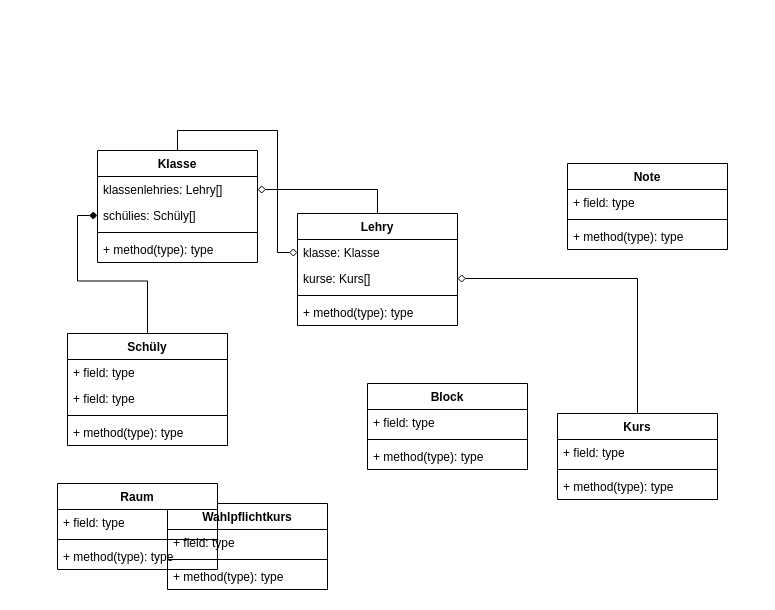
Earlier version of the draw.io diagram InfoLK.drawio (CookieCenter/draw). Source tidied: cells renumbered, new cells numbered last; positions are measured from the earlier drawing's top-left corner, leaving out a move shared by most shapes. Both pictures are drawn from the tidied source at 100%, with x=0, y=0 at pixel (57, 150).
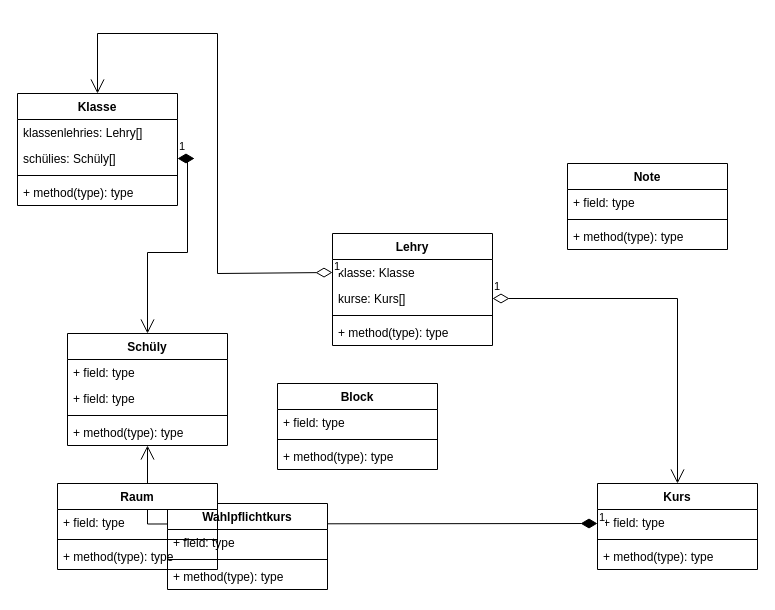
The same page after the edit.

The change refers to these unchanged cells:
```xml
<mxCell id="2" value="Schüly" style="swimlane;fontStyle=1;align=center;verticalAlign=top;horizontal=1;startSize=26;whiteSpace=wrap;html=1;" parent="1" vertex="1">
  <mxGeometry x="10" y="183" width="160" height="112" as="geometry" />
</mxCell>
<mxCell id="8" value="klasse: Klasse" style="text;strokeColor=none;fillColor=none;align=left;verticalAlign=top;spacingLeft=4;spacingRight=4;overflow=hidden;points=[[0,0.5],[1,0.5]];portConstraint=eastwest;whiteSpace=wrap;html=1;" parent="7" vertex="1">
  <mxGeometry y="26" width="160" height="26" as="geometry" />
</mxCell>
<mxCell id="9" value="kurse: Kurs[]" style="text;strokeColor=none;fillColor=none;align=left;verticalAlign=top;spacingLeft=4;spacingRight=4;overflow=hidden;points=[[0,0.5],[1,0.5]];portConstraint=eastwest;whiteSpace=wrap;html=1;" parent="7" vertex="1">
  <mxGeometry y="52" width="160" height="26" as="geometry" />
</mxCell>
<mxCell id="17" value="&lt;div&gt;klassenlehries: Lehry[]&lt;/div&gt;&lt;div&gt;&lt;br&gt;&lt;/div&gt;" style="text;strokeColor=none;fillColor=none;align=left;verticalAlign=top;spacingLeft=4;spacingRight=4;overflow=hidden;points=[[0,0.5],[1,0.5]];portConstraint=eastwest;whiteSpace=wrap;html=1;" parent="16" vertex="1">
  <mxGeometry y="26" width="160" height="26" as="geometry" />
</mxCell>
<mxCell id="18" value="schülies: Schüly[]" style="text;strokeColor=none;fillColor=none;align=left;verticalAlign=top;spacingLeft=4;spacingRight=4;overflow=hidden;points=[[0,0.5],[1,0.5]];portConstraint=eastwest;whiteSpace=wrap;html=1;" parent="16" vertex="1">
  <mxGeometry y="52" width="160" height="26" as="geometry" />
</mxCell>
```

What changed in the source:
```diff
@@
     <mxCell id="7" value="Lehry" style="swimlane;fontStyle=1;align=center;verticalAlign=top;horizontal=1;startSize=26;whiteSpace=wrap;html=1;" parent="1" vertex="1">
-      <mxGeometry x="240" y="63" width="160" height="112" as="geometry" />
+      <mxGeometry x="275" y="83" width="160" height="112" as="geometry" />
     </mxCell>
@@
     <mxCell id="12" value="Kurs" style="swimlane;fontStyle=1;align=center;verticalAlign=top;horizontal=1;startSize=26;whiteSpace=wrap;html=1;" parent="1" vertex="1">
-      <mxGeometry x="500" y="263" width="160" height="86" as="geometry" />
+      <mxGeometry x="540" y="333" width="160" height="86" as="geometry" />
     </mxCell>
@@
+    <mxCell id="41" value="1" style="endArrow=open;html=1;endSize=12;startArrow=diamondThin;startSize=14;startFill=1;edgeStyle=orthogonalEdgeStyle;align=left;verticalAlign=bottom;rounded=0;entryX=0.5;entryY=1;entryDx=0;entryDy=0;" parent="12" edge="1" target="2">
+      <mxGeometry x="-1" y="3" relative="1" as="geometry">
+        <mxPoint y="40" as="sourcePoint" />
+      </mxGeometry>
+    </mxCell>
@@
     <mxCell id="16" value="Klasse" style="swimlane;fontStyle=1;align=center;verticalAlign=top;horizontal=1;startSize=26;whiteSpace=wrap;html=1;" parent="1" vertex="1">
-      <mxGeometry x="40" width="160" height="112" as="geometry" />
+      <mxGeometry x="-40" y="-57" width="160" height="112" as="geometry" />
     </mxCell>
@@
     <mxCell id="25" value="Block" style="swimlane;fontStyle=1;align=center;verticalAlign=top;horizontal=1;startSize=26;whiteSpace=wrap;html=1;" parent="1" vertex="1">
-      <mxGeometry x="310" y="233" width="160" height="86" as="geometry" />
+      <mxGeometry x="220" y="233" width="160" height="86" as="geometry" />
     </mxCell>
@@
-    <mxCell id="37" style="edgeStyle=orthogonalEdgeStyle;rounded=0;jettySize=auto;html=1;entryX=0.5;entryY=0;entryDx=0;entryDy=0;startArrow=diamond;startFill=0;endArrow=none;endFill=0;" parent="1" edge="1" source="17" target="7">
-      <mxGeometry relative="1" as="geometry" />
-    </mxCell>
+    <mxCell id="39" value="1" style="endArrow=open;html=1;endSize=12;startArrow=diamondThin;startSize=14;startFill=0;edgeStyle=orthogonalEdgeStyle;align=left;verticalAlign=bottom;rounded=0;exitX=1;exitY=0.5;exitDx=0;exitDy=0;" parent="1" edge="1" source="9" target="12">
+      <mxGeometry x="-1" y="3" relative="1" as="geometry" />
+    </mxCell>
-    <mxCell id="38" style="edgeStyle=orthogonalEdgeStyle;rounded=0;jettySize=auto;html=1;entryX=0.5;entryY=0;entryDx=0;entryDy=0;endArrow=none;endFill=0;startArrow=diamond;startFill=1;" parent="1" edge="1" source="18" target="2">
-      <mxGeometry relative="1" as="geometry" />
+    <mxCell id="38" value="1" style="endArrow=open;html=1;endSize=12;startArrow=diamondThin;startSize=14;startFill=1;edgeStyle=orthogonalEdgeStyle;align=left;verticalAlign=bottom;rounded=0;exitX=1;exitY=0.5;exitDx=0;exitDy=0;entryX=0.5;entryY=0;entryDx=0;entryDy=0;" parent="1" edge="1" source="18" target="2">
+      <mxGeometry x="-1" y="3" relative="1" as="geometry" />
     </mxCell>
-    <mxCell id="39" style="edgeStyle=orthogonalEdgeStyle;rounded=0;jettySize=auto;html=1;startArrow=diamond;startFill=0;endArrow=none;endFill=0;" parent="1" edge="1" source="9" target="12">
-      <mxGeometry relative="1" as="geometry" />
-    </mxCell>
-    <mxCell id="40" style="edgeStyle=orthogonalEdgeStyle;rounded=0;jettySize=auto;html=1;exitX=0;exitY=0.5;exitDx=0;exitDy=0;entryX=0.5;entryY=0;entryDx=0;entryDy=0;startArrow=diamond;startFill=0;endArrow=none;endFill=0;" parent="1" edge="1" source="8" target="16">
-      <mxGeometry relative="1" as="geometry" />
+    <mxCell id="40" value="1" style="endArrow=open;html=1;endSize=12;startArrow=diamondThin;startSize=14;startFill=0;edgeStyle=orthogonalEdgeStyle;align=left;verticalAlign=bottom;rounded=0;entryX=0.5;entryY=0;entryDx=0;entryDy=0;exitX=0;exitY=0.5;exitDx=0;exitDy=0;" parent="1" edge="1" source="8" target="16">
+      <mxGeometry x="-1" y="3" relative="1" as="geometry">
+        <Array as="points">
+          <mxPoint x="160" y="123" />
+          <mxPoint x="160" y="-117" />
+          <mxPoint x="40" y="-117" />
+        </Array>
+      </mxGeometry>
     </mxCell>
```
